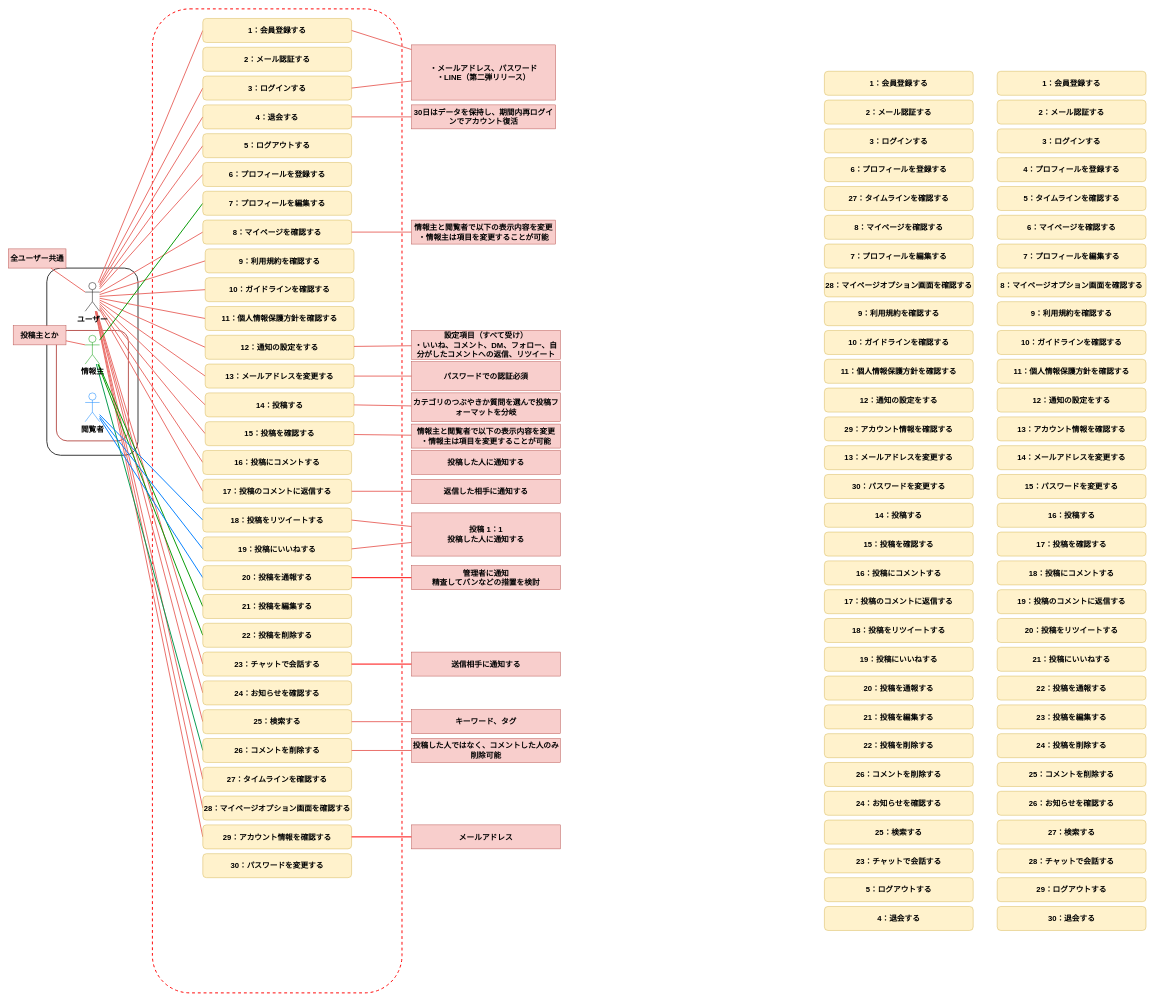
The draw.io diagram page "ユースケース図" (1 of 3) of modeling.drawio in haseryo0403/VenTal, before the edit. Source tidied: cells renumbered, new cells numbered last; positions are measured from the earlier drawing's top-left corner, leaving out a move shared by most shapes. Both pictures are drawn from the tidied source at 48%, with x=0, y=0 at pixel (8, 9).
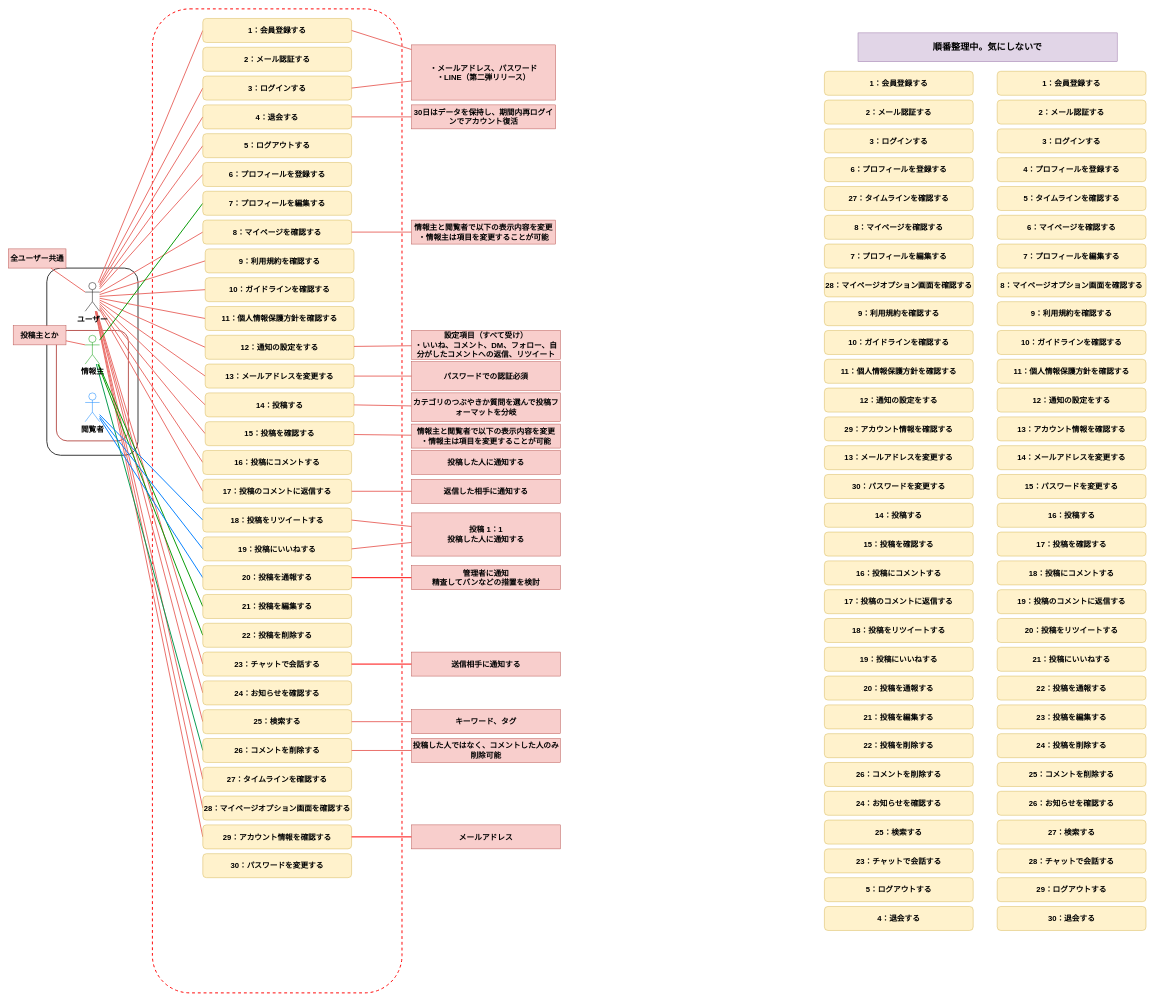
The same page after the edit.

Commit message:
ユースケースを追記

What changed in the source:
```diff
@@
+    <mxCell id="162" value="順番整理中。気にしないで" style="rounded=0;whiteSpace=wrap;html=1;fontFamily=Helvetica;fontSize=19;fontStyle=1;labelBackgroundColor=none;fillColor=#e1d5e7;strokeColor=#9673a6;" parent="1" vertex="1">
+      <mxGeometry x="1770" y="50" width="540" height="60" as="geometry" />
+    </mxCell>
```
